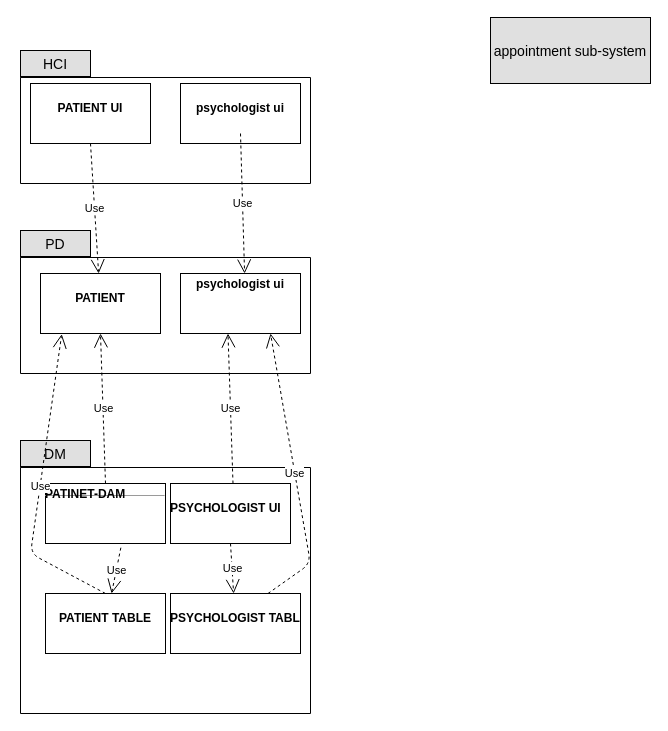
mohammadamir98/Sama_sw1 keeps this draw.io diagram as package diagram login.drawio. Above is the earlier version. Source tidied: cells renumbered, new cells numbered last; positions are measured from the earlier drawing's top-left corner, leaving out a move shared by most shapes. Both pictures are drawn from the tidied source at 100%, with x=0, y=0 at pixel (20, 17).
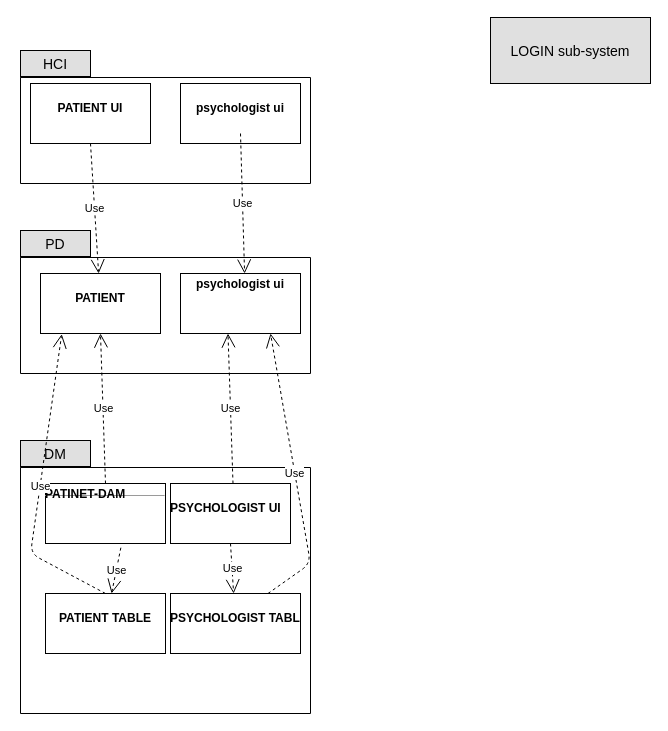
The same diagram, later.

Change to the diagram source:
```diff
@@
-    <mxCell id="24" value="appointment sub-system" style="text;align=center;verticalAlign=middle;spacingLeft=4;spacingRight=4;strokeColor=#000000;fillColor=#e0e0e0;fontSize=14;" parent="1" vertex="1">
+    <mxCell id="24" value="LOGIN sub-system" style="text;align=center;verticalAlign=middle;spacingLeft=4;spacingRight=4;strokeColor=#000000;fillColor=#e0e0e0;fontSize=14;" parent="1" vertex="1">
       <mxGeometry x="470" width="160" height="66" as="geometry" />
     </mxCell>
```
